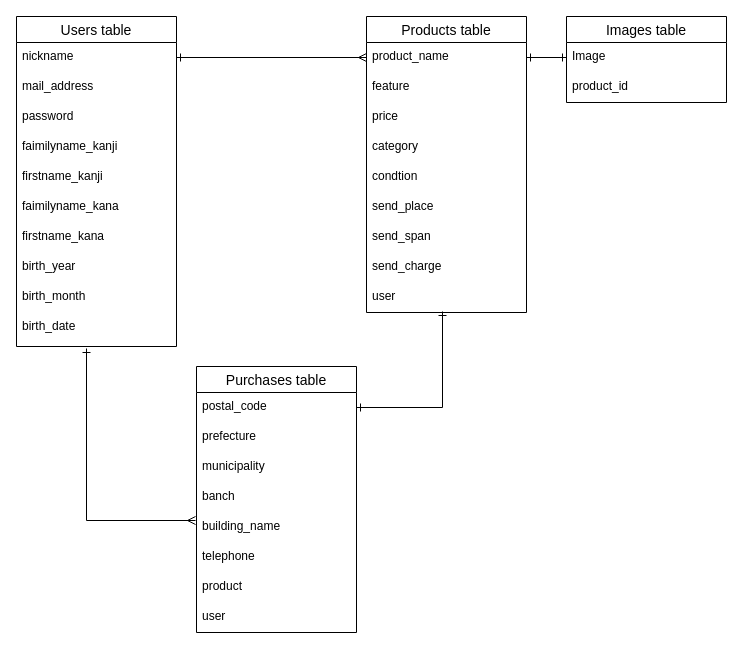
Earlier version of the draw.io diagram draw.dio (K-Hir-pk18/furima-30316). Source tidied: cells renumbered, new cells numbered last; positions are measured from the earlier drawing's top-left corner, leaving out a move shared by most shapes. Both pictures are drawn from the tidied source at 100%, with x=0, y=0 at pixel (16, 16).
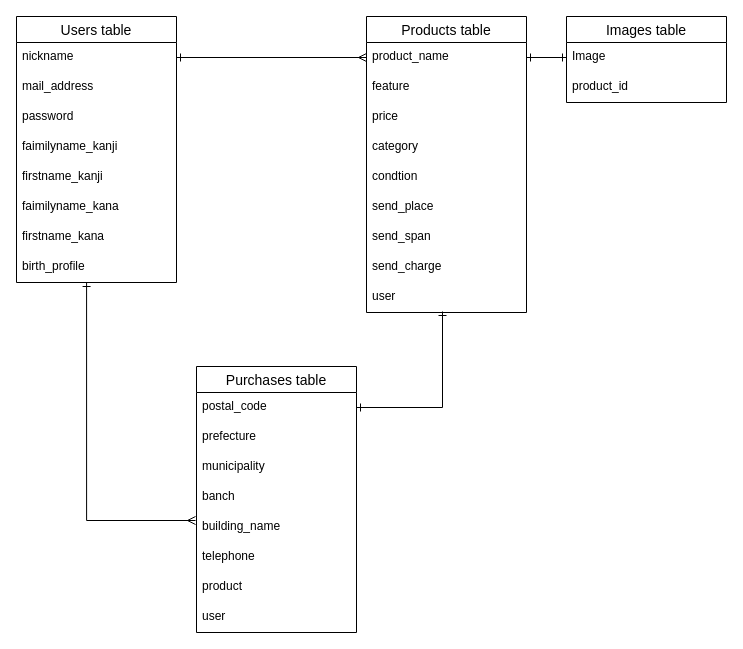
After the change.

Commit message (it also covers changes not shown here):
Database Design3

Unchanged cells that the change refers to:
```xml
<mxCell id="28" value="building_name" style="text;strokeColor=none;fillColor=none;spacingLeft=4;spacingRight=4;overflow=hidden;points=[[0,0.5],[1,0.5]];portConstraint=eastwest;fontSize=12;" parent="23" vertex="1">
  <mxGeometry y="146" width="160" height="30" as="geometry" />
</mxCell>
```

The edit, as a diff of the source:
```diff
@@
     <mxCell id="2" value="Users table" style="swimlane;fontStyle=0;horizontal=1;startSize=26;align=center;fontSize=14;" parent="1" vertex="1">
-      <mxGeometry width="160" height="330" as="geometry" />
+      <mxGeometry width="160" height="266" as="geometry" />
     </mxCell>
@@
-    <mxCell id="10" value="birth_year" style="text;strokeColor=none;fillColor=none;spacingLeft=4;spacingRight=4;overflow=hidden;points=[[0,0.5],[1,0.5]];portConstraint=eastwest;fontSize=12;" parent="2" vertex="1">
+    <mxCell id="10" value="birth_profile" style="text;strokeColor=none;fillColor=none;spacingLeft=4;spacingRight=4;overflow=hidden;points=[[0,0.5],[1,0.5]];portConstraint=eastwest;fontSize=12;" parent="2" vertex="1">
       <mxGeometry y="236" width="160" height="30" as="geometry" />
     </mxCell>
-    <mxCell id="11" value="birth_month" style="text;strokeColor=none;fillColor=none;spacingLeft=4;spacingRight=4;overflow=hidden;fontSize=12;" parent="2" vertex="1">
-      <mxGeometry y="266" width="160" height="30" as="geometry" />
-    </mxCell>
-    <mxCell id="12" value="birth_date" style="text;strokeColor=none;fillColor=none;spacingLeft=4;spacingRight=4;overflow=hidden;fontSize=12;" parent="2" vertex="1">
-      <mxGeometry y="296" width="160" height="34" as="geometry" />
-    </mxCell>
@@
-    <mxCell id="37" style="edgeStyle=orthogonalEdgeStyle;rounded=0;jettySize=auto;html=1;entryX=-0.006;entryY=0.267;entryDx=0;entryDy=0;endArrow=ERmany;endFill=0;startArrow=ERone;startFill=0;entryPerimeter=0;" parent="1" edge="1" target="28">
+    <mxCell id="37" style="edgeStyle=orthogonalEdgeStyle;rounded=0;jettySize=auto;html=1;entryX=-0.006;entryY=0.267;entryDx=0;entryDy=0;endArrow=ERmany;endFill=0;startArrow=ERone;startFill=0;entryPerimeter=0;exitX=0.438;exitY=1;exitDx=0;exitDy=0;exitPerimeter=0;" parent="1" edge="1" source="10" target="28">
       <mxGeometry relative="1" as="geometry">
-        <mxPoint x="70" y="332" as="sourcePoint" />
         <Array as="points">
           <mxPoint x="70" y="504" />
         </Array>
       </mxGeometry>
     </mxCell>
```
